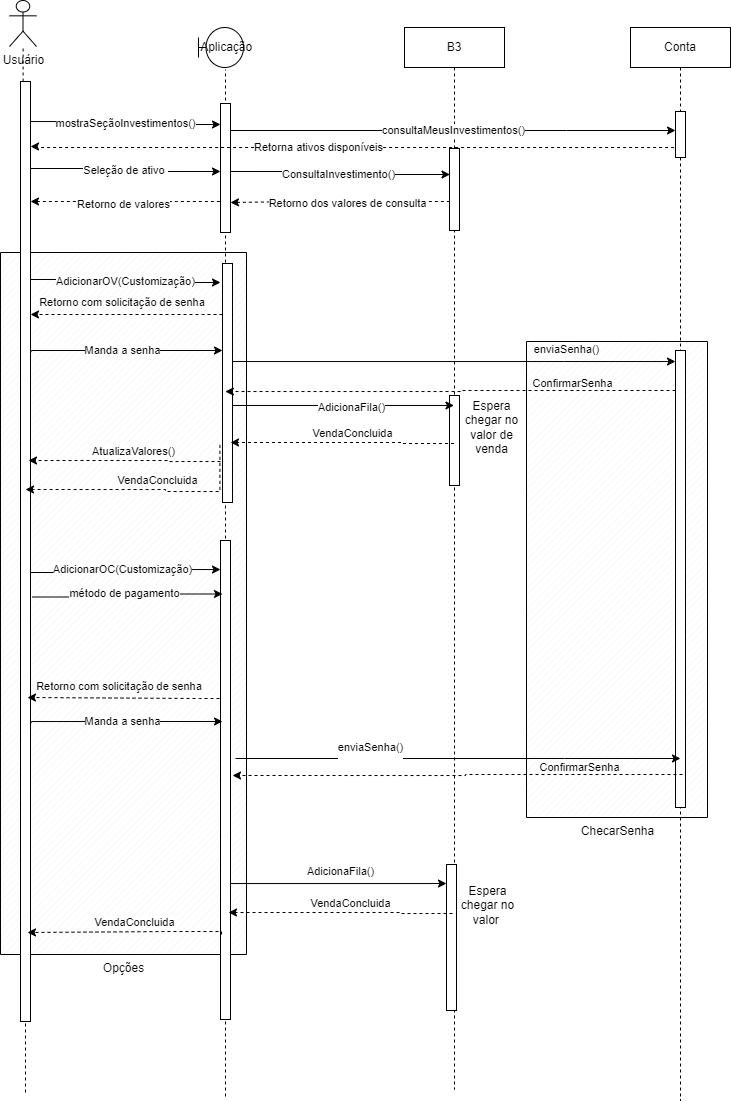
Earlier version of the draw.io export diagrama_sequencia_adicionar.png (ThePlano/Projeto-CC5511---ENGENHARIA-DE-SOFTWARE). Source tidied: cells renumbered, new cells last; positions are measured from the earlier drawing's top-left corner, leaving out a move shared by most shapes.
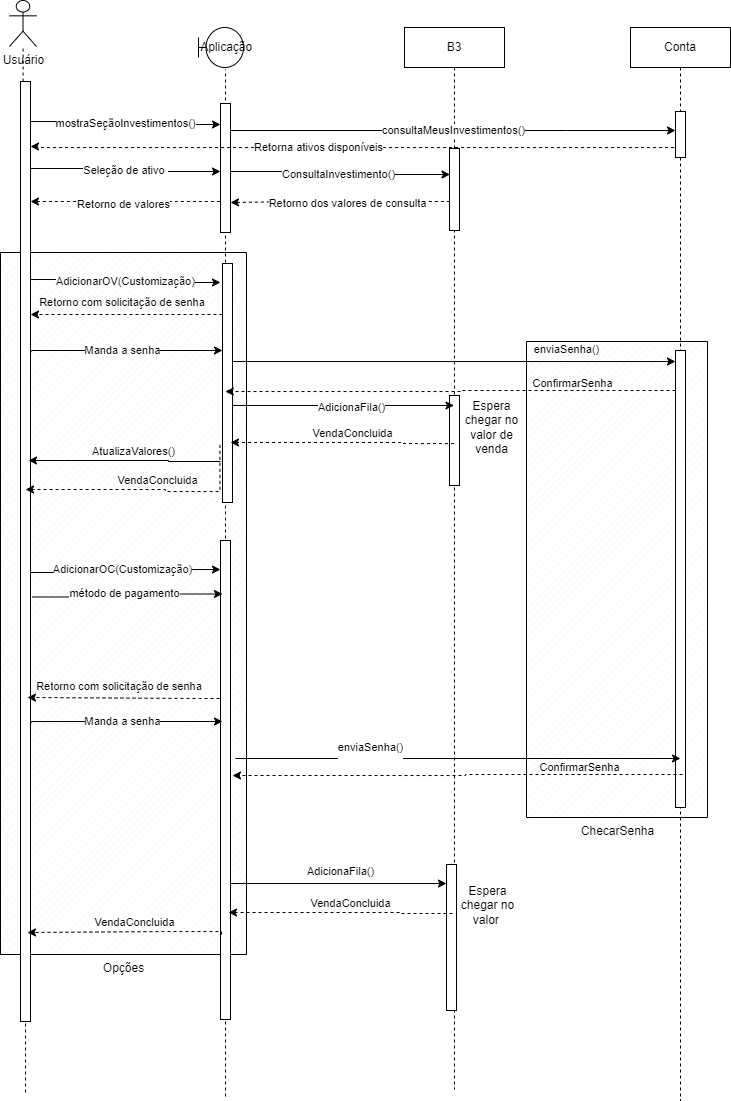
After the commit.

The edit, as a diff of the source:
```diff
@@ -204,7 +204,7 @@
         </Array>
       </mxGeometry>
     </mxCell>
-    <mxCell id="36" value="AtualizaValores()" style="edgeStyle=orthogonalEdgeStyle;rounded=0;orthogonalLoop=1;jettySize=auto;html=1;curved=0;dashed=1;" parent="1" edge="1">
+    <mxCell id="36" value="AtualizaValores()" style="edgeStyle=orthogonalEdgeStyle;rounded=0;orthogonalLoop=1;jettySize=auto;html=1;curved=0;" parent="1" edge="1">
       <mxGeometry x="-0.09" y="-9" relative="1" as="geometry">
         <mxPoint x="220" y="461" as="sourcePoint" />
         <mxPoint x="28" y="460" as="targetPoint" />
```
